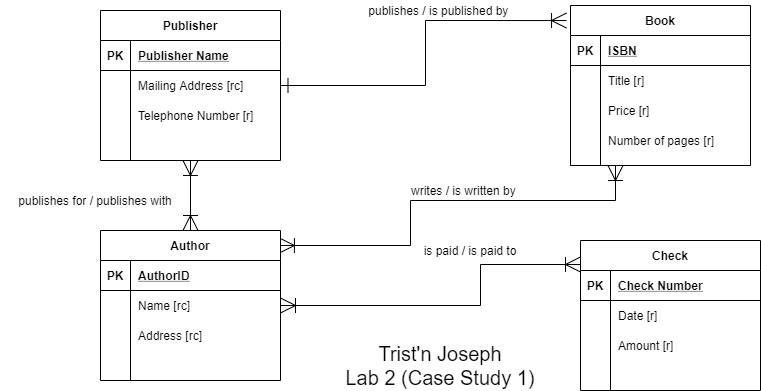
Before: Lab 2/Lab 02 - Conceptual Modeling (Case study 3).png, a diagram exported from draw.io (trisxcj1/SyracuseUniversity_IST659). Source tidied: cells renumbered, new cells last; positions are measured from the earlier drawing's top-left corner, leaving out a move shared by most shapes. The source it was exported from:
```xml
<mxGraphModel>
  <root>
    <mxCell id="0" />
    <mxCell id="1" parent="0" />
    <mxCell id="2" style="edgeStyle=orthogonalEdgeStyle;rounded=0;jettySize=auto;html=1;entryX=-0.022;entryY=0.094;entryDx=0;entryDy=0;entryPerimeter=0;endArrow=ERoneToMany;endFill=0;endSize=13;startSize=13;startArrow=ERone;startFill=0;" parent="1" edge="1" source="3" target="16">
      <mxGeometry relative="1" as="geometry" />
    </mxCell>
    <mxCell id="3" value="Publisher" style="shape=table;startSize=30;rowLines=0;fontStyle=1;align=center;" parent="1" vertex="1">
      <mxGeometry x="100" y="10" width="180" height="150" as="geometry" />
    </mxCell>
    <mxCell id="4" style="shape=partialRectangle;fillColor=none;top=0;left=0;bottom=1;right=0;" parent="3" vertex="1">
      <mxGeometry y="30" width="180" height="30" as="geometry" />
    </mxCell>
    <mxCell id="5" value="PK" style="shape=partialRectangle;fillColor=none;top=0;left=0;bottom=0;right=0;fontStyle=1;overflow=hidden;" parent="4" vertex="1">
      <mxGeometry width="30" height="30" as="geometry" />
    </mxCell>
    <mxCell id="6" value="Publisher Name" style="shape=partialRectangle;fillColor=none;top=0;left=0;bottom=0;right=0;align=left;spacingLeft=6;fontStyle=5;overflow=hidden;" parent="4" vertex="1">
      <mxGeometry x="30" width="150" height="30" as="geometry" />
    </mxCell>
    <mxCell id="7" style="shape=partialRectangle;fillColor=none;top=0;left=0;bottom=0;right=0;" parent="3" vertex="1">
      <mxGeometry y="60" width="180" height="30" as="geometry" />
    </mxCell>
    <mxCell id="8" style="shape=partialRectangle;fillColor=none;top=0;left=0;bottom=0;right=0;overflow=hidden;" parent="7" vertex="1">
      <mxGeometry width="30" height="30" as="geometry" />
    </mxCell>
    <mxCell id="9" value="Mailing Address [rc]" style="shape=partialRectangle;fillColor=none;top=0;left=0;bottom=0;right=0;align=left;spacingLeft=6;overflow=hidden;" parent="7" vertex="1">
      <mxGeometry x="30" width="150" height="30" as="geometry" />
    </mxCell>
    <mxCell id="10" style="shape=partialRectangle;fillColor=none;top=0;left=0;bottom=0;right=0;" parent="3" vertex="1">
      <mxGeometry y="90" width="180" height="30" as="geometry" />
    </mxCell>
    <mxCell id="11" style="shape=partialRectangle;fillColor=none;top=0;left=0;bottom=0;right=0;overflow=hidden;" parent="10" vertex="1">
      <mxGeometry width="30" height="30" as="geometry" />
    </mxCell>
    <mxCell id="12" value="Telephone Number [r]" style="shape=partialRectangle;fillColor=none;top=0;left=0;bottom=0;right=0;align=left;spacingLeft=6;overflow=hidden;" parent="10" vertex="1">
      <mxGeometry x="30" width="150" height="30" as="geometry" />
    </mxCell>
    <mxCell id="13" style="shape=partialRectangle;fillColor=none;top=0;left=0;bottom=0;right=0;points=[[0,0.5],[1,0.5]];portConstraint=eastwest;" parent="3" vertex="1">
      <mxGeometry y="120" width="180" height="30" as="geometry" />
    </mxCell>
    <mxCell id="14" style="shape=partialRectangle;fillColor=none;top=0;left=0;bottom=0;right=0;overflow=hidden;" parent="13" vertex="1">
      <mxGeometry width="30" height="30" as="geometry" />
    </mxCell>
    <mxCell id="15" style="shape=partialRectangle;fillColor=none;top=0;left=0;bottom=0;right=0;align=left;spacingLeft=6;overflow=hidden;" parent="13" vertex="1">
      <mxGeometry x="30" width="150" height="30" as="geometry" />
    </mxCell>
    <mxCell id="16" value="Book" style="shape=table;startSize=30;rowLines=0;fontStyle=1;align=center;" parent="1" vertex="1">
      <mxGeometry x="570" y="5" width="180" height="160" as="geometry" />
    </mxCell>
    <mxCell id="17" style="shape=partialRectangle;fillColor=none;top=0;left=0;bottom=1;right=0;" parent="16" vertex="1">
      <mxGeometry y="30" width="180" height="30" as="geometry" />
    </mxCell>
    <mxCell id="18" value="PK" style="shape=partialRectangle;fillColor=none;top=0;left=0;bottom=0;right=0;fontStyle=1;overflow=hidden;" parent="17" vertex="1">
      <mxGeometry width="30" height="30" as="geometry" />
    </mxCell>
    <mxCell id="19" value="ISBN" style="shape=partialRectangle;fillColor=none;top=0;left=0;bottom=0;right=0;align=left;spacingLeft=6;fontStyle=5;overflow=hidden;" parent="17" vertex="1">
      <mxGeometry x="30" width="150" height="30" as="geometry" />
    </mxCell>
    <mxCell id="20" style="shape=partialRectangle;fillColor=none;top=0;left=0;bottom=0;right=0;" parent="16" vertex="1">
      <mxGeometry y="60" width="180" height="30" as="geometry" />
    </mxCell>
    <mxCell id="21" style="shape=partialRectangle;fillColor=none;top=0;left=0;bottom=0;right=0;overflow=hidden;" parent="20" vertex="1">
      <mxGeometry width="30" height="30" as="geometry" />
    </mxCell>
    <mxCell id="22" value="Title [r]" style="shape=partialRectangle;fillColor=none;top=0;left=0;bottom=0;right=0;align=left;spacingLeft=6;overflow=hidden;" parent="20" vertex="1">
      <mxGeometry x="30" width="150" height="30" as="geometry" />
    </mxCell>
    <mxCell id="23" style="shape=partialRectangle;fillColor=none;top=0;left=0;bottom=0;right=0;" parent="16" vertex="1">
      <mxGeometry y="90" width="180" height="30" as="geometry" />
    </mxCell>
    <mxCell id="24" style="shape=partialRectangle;fillColor=none;top=0;left=0;bottom=0;right=0;overflow=hidden;" parent="23" vertex="1">
      <mxGeometry width="30" height="30" as="geometry" />
    </mxCell>
    <mxCell id="25" value="Price [r]" style="shape=partialRectangle;fillColor=none;top=0;left=0;bottom=0;right=0;align=left;spacingLeft=6;overflow=hidden;" parent="23" vertex="1">
      <mxGeometry x="30" width="150" height="30" as="geometry" />
    </mxCell>
    <mxCell id="26" style="shape=partialRectangle;fillColor=none;top=0;left=0;bottom=0;right=0;" parent="16" vertex="1">
      <mxGeometry y="120" width="180" height="30" as="geometry" />
    </mxCell>
    <mxCell id="27" style="shape=partialRectangle;fillColor=none;top=0;left=0;bottom=0;right=0;overflow=hidden;" parent="26" vertex="1">
      <mxGeometry width="30" height="30" as="geometry" />
    </mxCell>
    <mxCell id="28" value="Number of pages [r]" style="shape=partialRectangle;fillColor=none;top=0;left=0;bottom=0;right=0;align=left;spacingLeft=6;overflow=hidden;" parent="26" vertex="1">
      <mxGeometry x="30" width="150" height="30" as="geometry" />
    </mxCell>
    <mxCell id="29" style="edgeStyle=orthogonalEdgeStyle;rounded=0;jettySize=auto;html=1;entryX=0.25;entryY=1;entryDx=0;entryDy=0;startArrow=ERoneToMany;startFill=0;startSize=13;endArrow=ERoneToMany;endFill=0;endSize=13;exitX=0.994;exitY=0.1;exitDx=0;exitDy=0;exitPerimeter=0;" parent="1" edge="1" source="32" target="16">
      <mxGeometry relative="1" as="geometry">
        <Array as="points">
          <mxPoint x="410" y="245" />
          <mxPoint x="410" y="200" />
          <mxPoint x="615" y="200" />
        </Array>
      </mxGeometry>
    </mxCell>
    <mxCell id="30" style="edgeStyle=orthogonalEdgeStyle;rounded=0;jettySize=auto;html=1;entryX=0.5;entryY=1;entryDx=0;entryDy=0;entryPerimeter=0;startArrow=ERoneToMany;startFill=0;startSize=13;endArrow=ERoneToMany;endFill=0;endSize=13;" parent="1" edge="1" source="32" target="13">
      <mxGeometry relative="1" as="geometry" />
    </mxCell>
    <mxCell id="31" style="edgeStyle=orthogonalEdgeStyle;rounded=0;jettySize=auto;html=1;entryX=0;entryY=0.16;entryDx=0;entryDy=0;entryPerimeter=0;startArrow=ERoneToMany;startFill=0;startSize=13;endArrow=ERoneToMany;endFill=0;endSize=13;" parent="1" edge="1" source="32" target="45">
      <mxGeometry relative="1" as="geometry">
        <Array as="points">
          <mxPoint x="480" y="305" />
          <mxPoint x="480" y="264" />
        </Array>
      </mxGeometry>
    </mxCell>
    <mxCell id="32" value="Author" style="shape=table;startSize=30;rowLines=0;fontStyle=1;align=center;" parent="1" vertex="1">
      <mxGeometry x="100" y="230" width="180" height="150" as="geometry" />
    </mxCell>
    <mxCell id="33" style="shape=partialRectangle;fillColor=none;top=0;left=0;bottom=1;right=0;" parent="32" vertex="1">
      <mxGeometry y="30" width="180" height="30" as="geometry" />
    </mxCell>
    <mxCell id="34" value="PK" style="shape=partialRectangle;fillColor=none;top=0;left=0;bottom=0;right=0;fontStyle=1;overflow=hidden;" parent="33" vertex="1">
      <mxGeometry width="30" height="30" as="geometry" />
    </mxCell>
    <mxCell id="35" value="AuthorID" style="shape=partialRectangle;fillColor=none;top=0;left=0;bottom=0;right=0;align=left;spacingLeft=6;fontStyle=5;overflow=hidden;" parent="33" vertex="1">
      <mxGeometry x="30" width="150" height="30" as="geometry" />
    </mxCell>
    <mxCell id="36" style="shape=partialRectangle;fillColor=none;top=0;left=0;bottom=0;right=0;" parent="32" vertex="1">
      <mxGeometry y="60" width="180" height="30" as="geometry" />
    </mxCell>
    <mxCell id="37" style="shape=partialRectangle;fillColor=none;top=0;left=0;bottom=0;right=0;overflow=hidden;" parent="36" vertex="1">
      <mxGeometry width="30" height="30" as="geometry" />
    </mxCell>
    <mxCell id="38" value="Name [rc]" style="shape=partialRectangle;fillColor=none;top=0;left=0;bottom=0;right=0;align=left;spacingLeft=6;overflow=hidden;" parent="36" vertex="1">
      <mxGeometry x="30" width="150" height="30" as="geometry" />
    </mxCell>
    <mxCell id="39" style="shape=partialRectangle;fillColor=none;top=0;left=0;bottom=0;right=0;" parent="32" vertex="1">
      <mxGeometry y="90" width="180" height="30" as="geometry" />
    </mxCell>
    <mxCell id="40" style="shape=partialRectangle;fillColor=none;top=0;left=0;bottom=0;right=0;overflow=hidden;" parent="39" vertex="1">
      <mxGeometry width="30" height="30" as="geometry" />
    </mxCell>
    <mxCell id="41" value="Address [rc]" style="shape=partialRectangle;fillColor=none;top=0;left=0;bottom=0;right=0;align=left;spacingLeft=6;overflow=hidden;" parent="39" vertex="1">
      <mxGeometry x="30" width="150" height="30" as="geometry" />
    </mxCell>
    <mxCell id="42" style="shape=partialRectangle;fillColor=none;top=0;left=0;bottom=0;right=0;" parent="32" vertex="1">
      <mxGeometry y="120" width="180" height="30" as="geometry" />
    </mxCell>
    <mxCell id="43" style="shape=partialRectangle;fillColor=none;top=0;left=0;bottom=0;right=0;overflow=hidden;" parent="42" vertex="1">
      <mxGeometry width="30" height="30" as="geometry" />
    </mxCell>
    <mxCell id="44" style="shape=partialRectangle;fillColor=none;top=0;left=0;bottom=0;right=0;align=left;spacingLeft=6;overflow=hidden;" parent="42" vertex="1">
      <mxGeometry x="30" width="150" height="30" as="geometry" />
    </mxCell>
    <mxCell id="45" value="Check" style="shape=table;startSize=30;rowLines=0;fontStyle=1;align=center;" parent="1" vertex="1">
      <mxGeometry x="580" y="240" width="180" height="150" as="geometry" />
    </mxCell>
    <mxCell id="46" style="shape=partialRectangle;fillColor=none;top=0;left=0;bottom=1;right=0;" parent="45" vertex="1">
      <mxGeometry y="30" width="180" height="30" as="geometry" />
    </mxCell>
    <mxCell id="47" value="PK" style="shape=partialRectangle;fillColor=none;top=0;left=0;bottom=0;right=0;fontStyle=1;overflow=hidden;" parent="46" vertex="1">
      <mxGeometry width="30" height="30" as="geometry" />
    </mxCell>
    <mxCell id="48" value="Check Number" style="shape=partialRectangle;fillColor=none;top=0;left=0;bottom=0;right=0;align=left;spacingLeft=6;fontStyle=5;overflow=hidden;" parent="46" vertex="1">
      <mxGeometry x="30" width="150" height="30" as="geometry" />
    </mxCell>
    <mxCell id="49" style="shape=partialRectangle;fillColor=none;top=0;left=0;bottom=0;right=0;" parent="45" vertex="1">
      <mxGeometry y="60" width="180" height="30" as="geometry" />
    </mxCell>
    <mxCell id="50" style="shape=partialRectangle;fillColor=none;top=0;left=0;bottom=0;right=0;overflow=hidden;" parent="49" vertex="1">
      <mxGeometry width="30" height="30" as="geometry" />
    </mxCell>
    <mxCell id="51" value="Date [r]" style="shape=partialRectangle;fillColor=none;top=0;left=0;bottom=0;right=0;align=left;spacingLeft=6;overflow=hidden;" parent="49" vertex="1">
      <mxGeometry x="30" width="150" height="30" as="geometry" />
    </mxCell>
    <mxCell id="52" style="shape=partialRectangle;fillColor=none;top=0;left=0;bottom=0;right=0;" parent="45" vertex="1">
      <mxGeometry y="90" width="180" height="30" as="geometry" />
    </mxCell>
    <mxCell id="53" style="shape=partialRectangle;fillColor=none;top=0;left=0;bottom=0;right=0;overflow=hidden;" parent="52" vertex="1">
      <mxGeometry width="30" height="30" as="geometry" />
    </mxCell>
    <mxCell id="54" value="Amount [r]" style="shape=partialRectangle;fillColor=none;top=0;left=0;bottom=0;right=0;align=left;spacingLeft=6;overflow=hidden;" parent="52" vertex="1">
      <mxGeometry x="30" width="150" height="30" as="geometry" />
    </mxCell>
    <mxCell id="55" style="shape=partialRectangle;fillColor=none;top=0;left=0;bottom=0;right=0;" parent="45" vertex="1">
      <mxGeometry y="120" width="180" height="30" as="geometry" />
    </mxCell>
    <mxCell id="56" style="shape=partialRectangle;fillColor=none;top=0;left=0;bottom=0;right=0;overflow=hidden;" parent="55" vertex="1">
      <mxGeometry width="30" height="30" as="geometry" />
    </mxCell>
    <mxCell id="57" style="shape=partialRectangle;fillColor=none;top=0;left=0;bottom=0;right=0;align=left;spacingLeft=6;overflow=hidden;" parent="55" vertex="1">
      <mxGeometry x="30" width="150" height="30" as="geometry" />
    </mxCell>
    <mxCell id="58" value="publishes / is published by&amp;nbsp;" style="text;html=1;strokeColor=none;fillColor=none;align=center;verticalAlign=middle;whiteSpace=wrap;rounded=0;" parent="1" vertex="1">
      <mxGeometry x="360" width="160" height="20" as="geometry" />
    </mxCell>
    <mxCell id="59" value="publishes for / publishes with" style="text;html=1;strokeColor=none;fillColor=none;align=center;verticalAlign=middle;whiteSpace=wrap;rounded=0;" parent="1" vertex="1">
      <mxGeometry y="190" width="190" height="20" as="geometry" />
    </mxCell>
    <mxCell id="60" value="writes / is written by&amp;nbsp;" style="text;html=1;strokeColor=none;fillColor=none;align=center;verticalAlign=middle;whiteSpace=wrap;rounded=0;" parent="1" vertex="1">
      <mxGeometry x="390" y="180" width="150" height="20" as="geometry" />
    </mxCell>
    <mxCell id="61" value="is paid / is paid to" style="text;html=1;strokeColor=none;fillColor=none;align=center;verticalAlign=middle;whiteSpace=wrap;rounded=0;" parent="1" vertex="1">
      <mxGeometry x="390" y="240" width="160" height="20" as="geometry" />
    </mxCell>
    <mxCell id="62" value="Trist'n Joseph&lt;br style=&quot;font-size: 20px;&quot;&gt;Lab 2 (Case Study 1)" style="text;html=1;strokeColor=none;fillColor=none;align=center;verticalAlign=middle;whiteSpace=wrap;rounded=0;fontSize=20;" parent="1" vertex="1">
      <mxGeometry x="335" y="340" width="210" height="50" as="geometry" />
    </mxCell>
  </root>
</mxGraphModel>
```
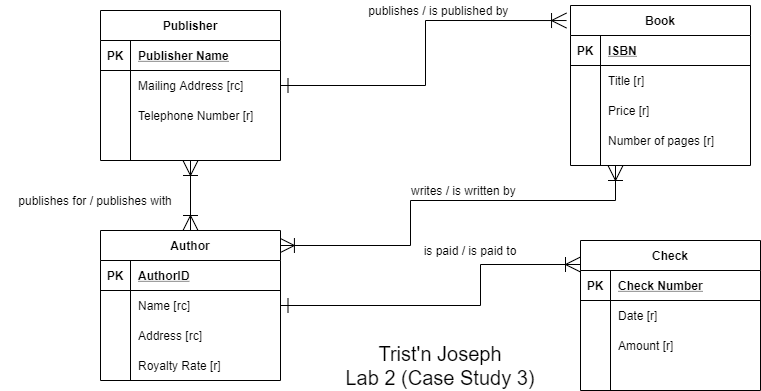
After the change.

Diff of the diagram source:
```diff
@@ -95,7 +95,7 @@
     <mxCell id="30" style="edgeStyle=orthogonalEdgeStyle;rounded=0;jettySize=auto;html=1;entryX=0.5;entryY=1;entryDx=0;entryDy=0;entryPerimeter=0;startArrow=ERoneToMany;startFill=0;startSize=13;endArrow=ERoneToMany;endFill=0;endSize=13;" parent="1" edge="1" source="32" target="13">
       <mxGeometry relative="1" as="geometry" />
     </mxCell>
-    <mxCell id="31" style="edgeStyle=orthogonalEdgeStyle;rounded=0;jettySize=auto;html=1;entryX=0;entryY=0.16;entryDx=0;entryDy=0;entryPerimeter=0;startArrow=ERoneToMany;startFill=0;startSize=13;endArrow=ERoneToMany;endFill=0;endSize=13;" parent="1" edge="1" source="32" target="45">
+    <mxCell id="31" style="edgeStyle=orthogonalEdgeStyle;rounded=0;jettySize=auto;html=1;entryX=0;entryY=0.16;entryDx=0;entryDy=0;entryPerimeter=0;startArrow=ERone;startFill=0;startSize=13;endArrow=ERoneToMany;endFill=0;endSize=13;" parent="1" edge="1" source="32" target="45">
       <mxGeometry relative="1" as="geometry">
         <Array as="points">
           <mxPoint x="480" y="305" />
@@ -139,7 +139,7 @@
     <mxCell id="43" style="shape=partialRectangle;fillColor=none;top=0;left=0;bottom=0;right=0;overflow=hidden;" parent="42" vertex="1">
       <mxGeometry width="30" height="30" as="geometry" />
     </mxCell>
-    <mxCell id="44" style="shape=partialRectangle;fillColor=none;top=0;left=0;bottom=0;right=0;align=left;spacingLeft=6;overflow=hidden;" parent="42" vertex="1">
+    <mxCell id="44" value="Royalty Rate [r]" style="shape=partialRectangle;fillColor=none;top=0;left=0;bottom=0;right=0;align=left;spacingLeft=6;overflow=hidden;" parent="42" vertex="1">
       <mxGeometry x="30" width="150" height="30" as="geometry" />
     </mxCell>
     <mxCell id="45" value="Check" style="shape=table;startSize=30;rowLines=0;fontStyle=1;align=center;" parent="1" vertex="1">
@@ -193,7 +193,7 @@
     <mxCell id="61" value="is paid / is paid to" style="text;html=1;strokeColor=none;fillColor=none;align=center;verticalAlign=middle;whiteSpace=wrap;rounded=0;" parent="1" vertex="1">
       <mxGeometry x="390" y="240" width="160" height="20" as="geometry" />
     </mxCell>
-    <mxCell id="62" value="Trist'n Joseph&lt;br style=&quot;font-size: 20px;&quot;&gt;Lab 2 (Case Study 1)" style="text;html=1;strokeColor=none;fillColor=none;align=center;verticalAlign=middle;whiteSpace=wrap;rounded=0;fontSize=20;" parent="1" vertex="1">
+    <mxCell id="62" value="Trist'n Joseph&lt;br style=&quot;font-size: 20px&quot;&gt;Lab 2 (Case Study 3)" style="text;html=1;strokeColor=none;fillColor=none;align=center;verticalAlign=middle;whiteSpace=wrap;rounded=0;fontSize=20;" parent="1" vertex="1">
       <mxGeometry x="335" y="340" width="210" height="50" as="geometry" />
     </mxCell>
   </root>
```
